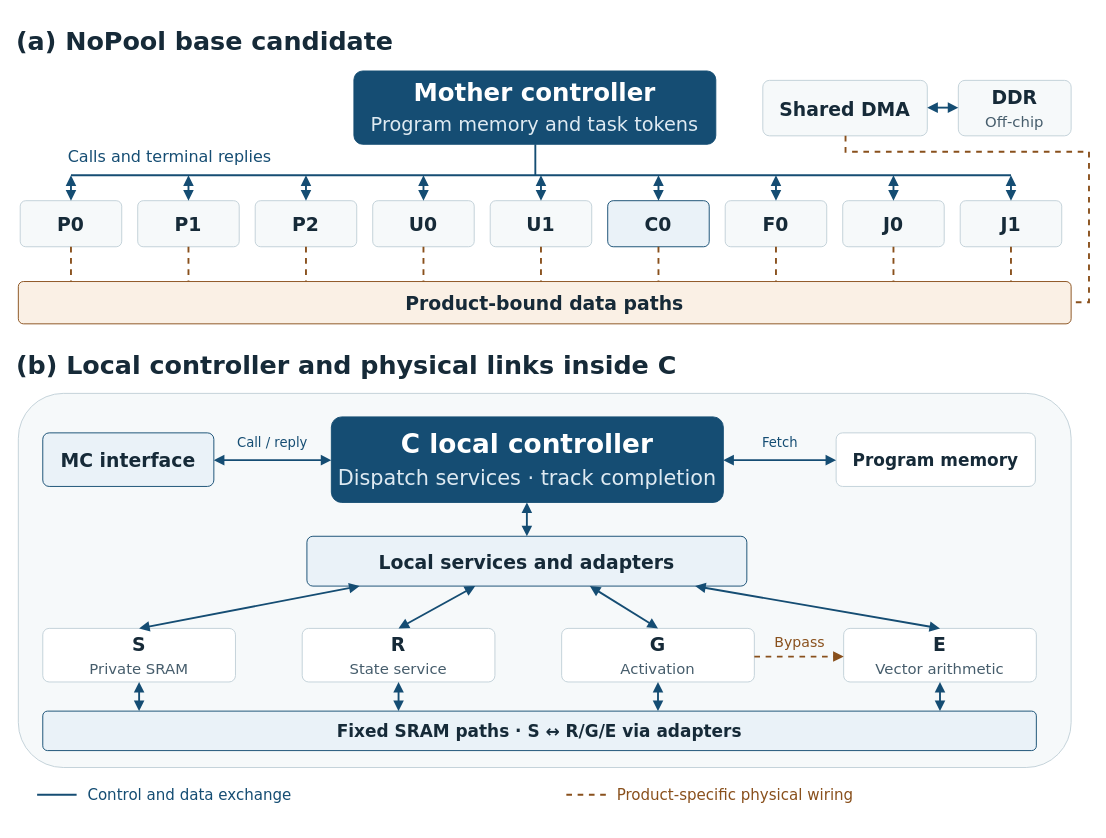
rayggxia-workspace/LLMHardwareDesign keeps this draw.io diagram as page "1 - Base and C control" (1 of 2) of docs/papers/dac-control/control-figures.drawio. Above is the earlier version. Source tidied: cells renumbered, new cells numbered last; positions are measured from the earlier drawing's top-left corner, leaving out a move shared by most shapes. Both pictures are drawn from the tidied source at 94%, with x=0, y=0 at pixel (16, 16).
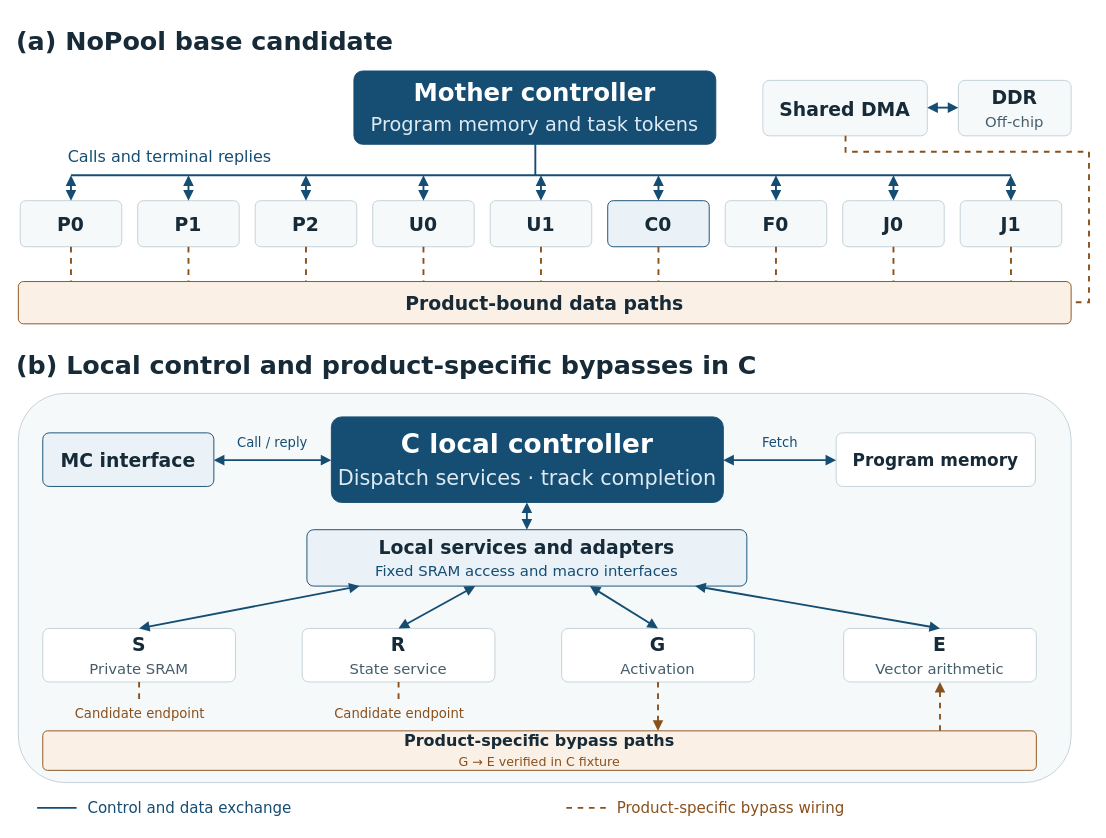
Above is the later version.

Commit message (it also covers changes not shown here):
Group C macro bypasses by product routing status

The change refers to these unchanged cells:
```xml
<mxCell id="50" value="&lt;b&gt;S&lt;/b&gt;&lt;br&gt;&lt;span style=&quot;font-size:15.8px;color:#465D6C&quot;&gt;Private SRAM&lt;/span&gt;" style="rounded=1;arcSize=12;whiteSpace=wrap;html=1;align=center;verticalAlign=middle;strokeColor=#C2D0D8;fillColor=white;fontColor=#162A38;fontFamily=DejaVu Sans;fontSize=20;spacing=0;" parent="1" vertex="1">
  <mxGeometry x="28" y="651" width="205" height="57" as="geometry" />
</mxCell>
<mxCell id="52" value="&lt;b&gt;R&lt;/b&gt;&lt;br&gt;&lt;span style=&quot;font-size:15.8px;color:#465D6C&quot;&gt;State service&lt;/span&gt;" style="rounded=1;arcSize=12;whiteSpace=wrap;html=1;align=center;verticalAlign=middle;strokeColor=#C2D0D8;fillColor=white;fontColor=#162A38;fontFamily=DejaVu Sans;fontSize=20;spacing=0;" parent="1" vertex="1">
  <mxGeometry x="304" y="651" width="205" height="57" as="geometry" />
</mxCell>
<mxCell id="54" value="&lt;b&gt;G&lt;/b&gt;&lt;br&gt;&lt;span style=&quot;font-size:15.8px;color:#465D6C&quot;&gt;Activation&lt;/span&gt;" style="rounded=1;arcSize=12;whiteSpace=wrap;html=1;align=center;verticalAlign=middle;strokeColor=#C2D0D8;fillColor=white;fontColor=#162A38;fontFamily=DejaVu Sans;fontSize=20;spacing=0;" parent="1" vertex="1">
  <mxGeometry x="580" y="651" width="205" height="57" as="geometry" />
</mxCell>
<mxCell id="56" value="&lt;b&gt;E&lt;/b&gt;&lt;br&gt;&lt;span style=&quot;font-size:15.8px;color:#465D6C&quot;&gt;Vector arithmetic&lt;/span&gt;" style="rounded=1;arcSize=12;whiteSpace=wrap;html=1;align=center;verticalAlign=middle;strokeColor=#C2D0D8;fillColor=white;fontColor=#162A38;fontFamily=DejaVu Sans;fontSize=20;spacing=0;" parent="1" vertex="1">
  <mxGeometry x="880" y="651" width="205" height="57" as="geometry" />
</mxCell>
```

Change to the diagram source:
```diff
@@
-    <mxCell id="39" value="(b)  Local controller and physical links inside C" style="text;html=1;align=left;verticalAlign=middle;spacing=0;overflow=visible;fontFamily=DejaVu Sans;fontSize=27;fontColor=#162A38;fontStyle=1;" parent="1" vertex="1">
+    <mxCell id="39" value="(b)  Local control and product-specific bypasses in C" style="text;html=1;align=left;verticalAlign=middle;spacing=0;overflow=visible;fontFamily=DejaVu Sans;fontSize=27;fontColor=#162A38;fontStyle=1;" parent="1" vertex="1">
       <mxGeometry y="345" width="1020" height="54" as="geometry" />
     </mxCell>
     <mxCell id="40" value="&lt;b&gt;&lt;/b&gt;" style="rounded=1;arcSize=12;whiteSpace=wrap;html=1;align=center;verticalAlign=middle;strokeColor=#C2D0D8;fillColor=#F6F9FA;fontColor=#162A38;fontFamily=DejaVu Sans;fontSize=20;spacing=0;" parent="1" vertex="1">
-      <mxGeometry x="2" y="401" width="1120" height="398" as="geometry" />
+      <mxGeometry x="2" y="401" width="1120" height="414" as="geometry" />
     </mxCell>
@@
-    <mxCell id="48" value="&lt;b&gt;Local services and adapters&lt;/b&gt;" style="rounded=1;arcSize=12;whiteSpace=wrap;html=1;align=center;verticalAlign=middle;strokeColor=#154D73;fillColor=#EAF2F8;fontColor=#162A38;fontFamily=DejaVu Sans;fontSize=20;spacing=0;" parent="1" vertex="1">
-      <mxGeometry x="309" y="553" width="468" height="53" as="geometry" />
+    <mxCell id="48" value="&lt;b&gt;Local services and adapters&lt;/b&gt;&lt;br&gt;&lt;span style=&quot;font-size:15.8px;color:#154D73&quot;&gt;Fixed SRAM access and macro interfaces&lt;/span&gt;" style="rounded=1;arcSize=12;whiteSpace=wrap;html=1;align=center;verticalAlign=middle;strokeColor=#154D73;fillColor=#EAF2F8;fontColor=#162A38;fontFamily=DejaVu Sans;fontSize=20;spacing=0;" parent="1" vertex="1">
+      <mxGeometry x="309" y="546" width="468" height="60" as="geometry" />
     </mxCell>
@@
-    <mxCell id="58" value="&lt;b&gt;Fixed SRAM paths · S ↔ R/G/E via adapters&lt;/b&gt;" style="rounded=1;arcSize=12;whiteSpace=wrap;html=1;align=center;verticalAlign=middle;strokeColor=#154D73;fillColor=#EAF2F8;fontColor=#162A38;fontFamily=DejaVu Sans;fontSize=18;spacing=0;" parent="1" vertex="1">
-      <mxGeometry x="28" y="739" width="1057" height="42" as="geometry" />
-    </mxCell>
-    <mxCell id="59" style="edgeStyle=none;rounded=0;html=1;strokeColor=#154D73;strokeWidth=2;dashed=0;startArrow=block;endArrow=block;exitX=0.5;exitY=1;exitPerimeter=0;entryX=0.0969726;entryY=0;entryPerimeter=0;" parent="1" edge="1" source="50" target="58">
-      <mxGeometry relative="1" as="geometry" />
-    </mxCell>
-    <mxCell id="60" style="edgeStyle=none;rounded=0;html=1;strokeColor=#154D73;strokeWidth=2;dashed=0;startArrow=block;endArrow=block;exitX=0.5;exitY=1;exitPerimeter=0;entryX=0.358089;entryY=0;entryPerimeter=0;" parent="1" edge="1" source="52" target="58">
-      <mxGeometry relative="1" as="geometry" />
-    </mxCell>
-    <mxCell id="61" style="edgeStyle=none;rounded=0;html=1;strokeColor=#154D73;strokeWidth=2;dashed=0;startArrow=block;endArrow=block;exitX=0.5;exitY=1;exitPerimeter=0;entryX=0.619205;entryY=0;entryPerimeter=0;" parent="1" edge="1" source="54" target="58">
-      <mxGeometry relative="1" as="geometry" />
-    </mxCell>
-    <mxCell id="62" style="edgeStyle=none;rounded=0;html=1;strokeColor=#154D73;strokeWidth=2;dashed=0;startArrow=block;endArrow=block;exitX=0.5;exitY=1;exitPerimeter=0;entryX=0.903027;entryY=0;entryPerimeter=0;" parent="1" edge="1" source="56" target="58">
-      <mxGeometry relative="1" as="geometry" />
-    </mxCell>
-    <mxCell id="63" style="edgeStyle=none;rounded=0;html=1;strokeColor=#89501C;strokeWidth=2;dashed=1;startArrow=none;endArrow=block;exitX=1;exitY=0.526316;exitPerimeter=0;entryX=0;entryY=0.526316;entryPerimeter=0;" parent="1" edge="1" source="54" target="56">
-      <mxGeometry relative="1" as="geometry" />
-    </mxCell>
-    <mxCell id="64" value="Bypass" style="text;html=1;align=center;verticalAlign=middle;spacing=0;overflow=visible;fontFamily=DejaVu Sans;fontSize=15;fontColor=#89501C;fontStyle=0;" parent="1" vertex="1">
-      <mxGeometry x="790" y="650" width="85" height="30" as="geometry" />
-    </mxCell>
+    <mxCell id="69" value="&lt;b&gt;Product-specific bypass paths&lt;/b&gt;&lt;br&gt;&lt;span style=&quot;font-size:13.43px;color:#89501C&quot;&gt;G → E verified in C fixture&lt;/span&gt;" style="rounded=1;arcSize=12;whiteSpace=wrap;html=1;align=center;verticalAlign=middle;strokeColor=#89501C;fillColor=#FAF0E5;fontColor=#162A38;fontFamily=DejaVu Sans;fontSize=17;spacing=0;" parent="1" vertex="1">
+      <mxGeometry x="28" y="760" width="1057" height="42" as="geometry" />
+    </mxCell>
+    <mxCell id="70" style="edgeStyle=none;rounded=0;html=1;strokeColor=#89501C;strokeWidth=2;dashed=1;startArrow=none;endArrow=none;exitX=0.5;exitY=1;exitPerimeter=0;" parent="1" edge="1" source="50">
+      <mxGeometry relative="1" as="geometry">
+        <mxPoint x="130.5" y="730" as="targetPoint" />
+      </mxGeometry>
+    </mxCell>
+    <mxCell id="71" value="Candidate endpoint" style="text;html=1;align=center;verticalAlign=middle;spacing=0;overflow=visible;fontFamily=DejaVu Sans;fontSize=14;fontColor=#89501C;fontStyle=0;" parent="1" vertex="1">
+      <mxGeometry x="40.5" y="728" width="180" height="28" as="geometry" />
+    </mxCell>
+    <mxCell id="72" style="edgeStyle=none;rounded=0;html=1;strokeColor=#89501C;strokeWidth=2;dashed=1;startArrow=none;endArrow=none;exitX=0.5;exitY=1;exitPerimeter=0;" parent="1" edge="1" source="52">
+      <mxGeometry relative="1" as="geometry">
+        <mxPoint x="406.5" y="730" as="targetPoint" />
+      </mxGeometry>
+    </mxCell>
+    <mxCell id="73" value="Candidate endpoint" style="text;html=1;align=center;verticalAlign=middle;spacing=0;overflow=visible;fontFamily=DejaVu Sans;fontSize=14;fontColor=#89501C;fontStyle=0;" parent="1" vertex="1">
+      <mxGeometry x="316.5" y="728" width="180" height="28" as="geometry" />
+    </mxCell>
+    <mxCell id="74" style="edgeStyle=none;rounded=0;html=1;strokeColor=#89501C;strokeWidth=2;dashed=1;startArrow=none;endArrow=block;exitX=0.5;exitY=1;exitPerimeter=0;entryX=0.619205;entryY=0;entryPerimeter=0;" parent="1" edge="1" source="54" target="69">
+      <mxGeometry relative="1" as="geometry" />
+    </mxCell>
+    <mxCell id="75" style="edgeStyle=none;rounded=0;html=1;strokeColor=#89501C;strokeWidth=2;dashed=1;startArrow=none;endArrow=block;exitX=0.903027;exitY=0;exitPerimeter=0;entryX=0.5;entryY=1;entryPerimeter=0;" parent="1" edge="1" source="69" target="56">
+      <mxGeometry relative="1" as="geometry" />
+    </mxCell>
     <mxCell id="65" style="edgeStyle=none;rounded=0;html=1;strokeColor=#154D73;strokeWidth=2;dashed=0;startArrow=none;endArrow=none;" parent="1" edge="1">
       <mxGeometry relative="1" as="geometry">
-        <mxPoint x="22" y="828" as="sourcePoint" />
-        <mxPoint x="64" y="828" as="targetPoint" />
+        <mxPoint x="22" y="842" as="sourcePoint" />
+        <mxPoint x="64" y="842" as="targetPoint" />
       </mxGeometry>
     </mxCell>
     <mxCell id="66" value="Control and data exchange" style="text;html=1;align=left;verticalAlign=middle;spacing=0;overflow=visible;fontFamily=DejaVu Sans;fontSize=16;fontColor=#154D73;fontStyle=0;" parent="1" vertex="1">
-      <mxGeometry x="76" y="812" width="470" height="32" as="geometry" />
+      <mxGeometry x="76" y="826" width="470" height="32" as="geometry" />
     </mxCell>
     <mxCell id="67" style="edgeStyle=none;rounded=0;html=1;strokeColor=#89501C;strokeWidth=2;dashed=1;startArrow=none;endArrow=none;" parent="1" edge="1">
       <mxGeometry relative="1" as="geometry">
-        <mxPoint x="585" y="828" as="sourcePoint" />
-        <mxPoint x="627" y="828" as="targetPoint" />
+        <mxPoint x="585" y="842" as="sourcePoint" />
+        <mxPoint x="627" y="842" as="targetPoint" />
       </mxGeometry>
     </mxCell>
-    <mxCell id="68" value="Product-specific physical wiring" style="text;html=1;align=left;verticalAlign=middle;spacing=0;overflow=visible;fontFamily=DejaVu Sans;fontSize=16;fontColor=#89501C;fontStyle=0;" parent="1" vertex="1">
-      <mxGeometry x="639" y="812" width="470" height="32" as="geometry" />
+    <mxCell id="68" value="Product-specific bypass wiring" style="text;html=1;align=left;verticalAlign=middle;spacing=0;overflow=visible;fontFamily=DejaVu Sans;fontSize=16;fontColor=#89501C;fontStyle=0;" parent="1" vertex="1">
+      <mxGeometry x="639" y="826" width="470" height="32" as="geometry" />
     </mxCell>
```
